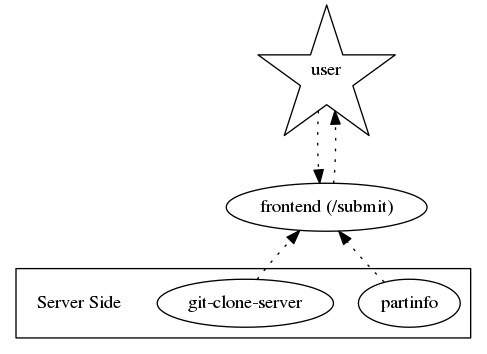
Above: docs/current.png in kitspace/kitspace (Graphviz), before the change. Its source is kept beside it as docs/current.dot.
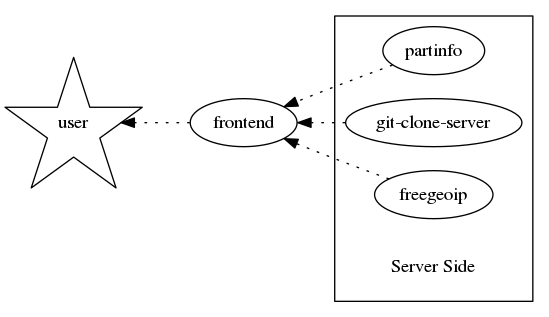
Later version of the same file.

Commit message:
Expand and improve architecture docs

Change to the diagram source:
```diff
@@ -1,15 +1,15 @@
 digraph current {
+    rankdir=RL
     edge [style=dotted];
     user [shape=star];
-    user -> "frontend (/submit)";
-    "frontend (/submit)" -> user;
-    partinfo -> "frontend (/submit)";
-    "frontend (/submit)" -> "git-clone-server" [dir=none; style=invisible];
-    "frontend (/submit)" -> partinfo [dir=none;style=invisible];
-    "git-clone-server" -> "frontend (/submit)";
+    frontend -> user;
+    partinfo -> frontend;
+    "git-clone-server" -> frontend;
+    freegeoip -> frontend
     subgraph cluster_01 {
         "Server Side" [shape=none];
         partinfo;
         "git-clone-server";
+        freegeoip
     }
 }
```
